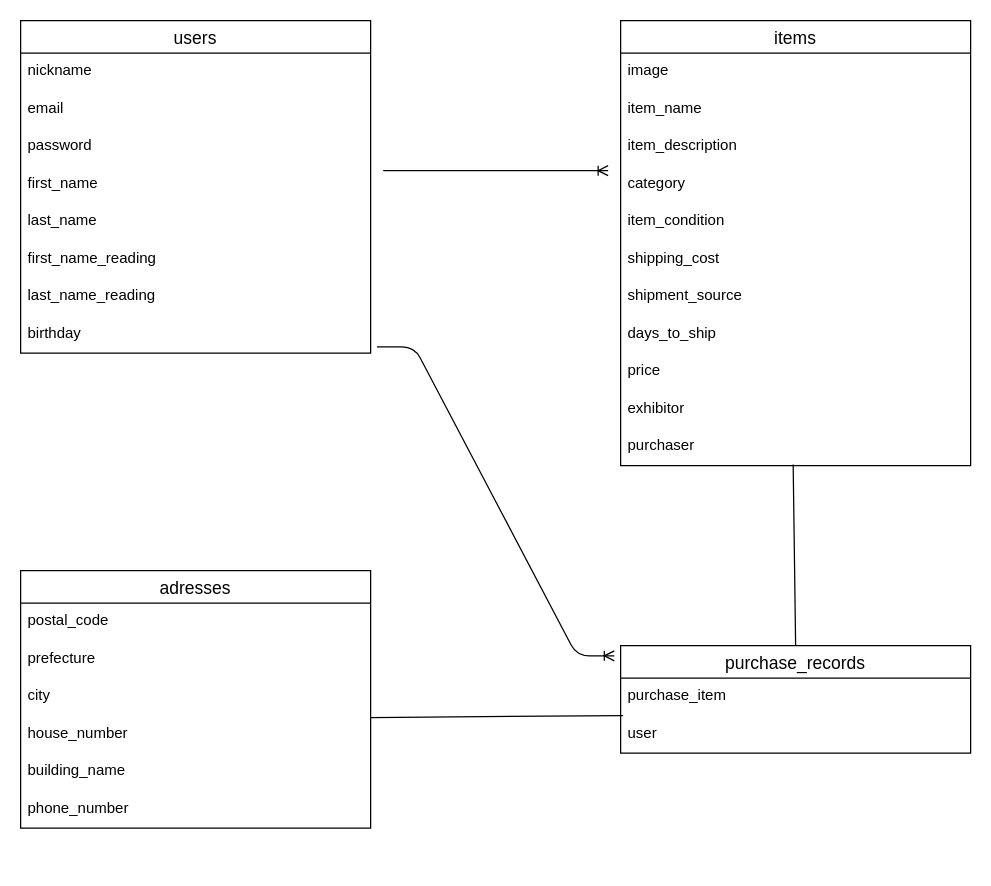
Above: er.dio in tkm-mkzk/furima-32123 (draw.io), before the change. Source tidied: cells renumbered, new cells numbered last; positions are measured from the earlier drawing's top-left corner, leaving out a move shared by most shapes. Both pictures are drawn from the tidied source at 125%, with x=0, y=0 at pixel (20, 20).
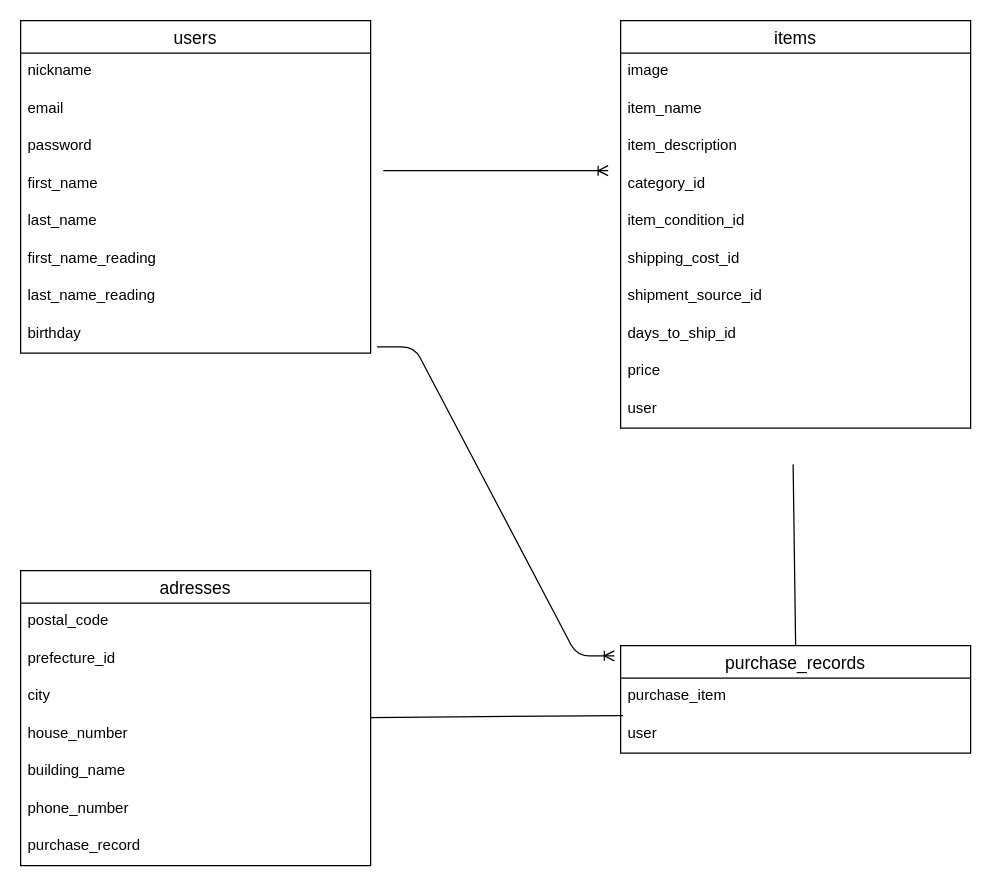
After the change.

Unchanged cells that the change refers to:
```xml
<mxCell id="33" value="purchase_records" style="swimlane;fontStyle=0;horizontal=1;startSize=26;align=center;fontSize=14;" parent="1" vertex="1">
  <mxGeometry x="480" y="500" width="280" height="86" as="geometry" />
</mxCell>
```

Diff of the diagram source:
```diff
@@
     <mxCell id="11" value="items" style="swimlane;fontStyle=0;horizontal=1;startSize=26;align=center;fontSize=14;" parent="1" vertex="1">
-      <mxGeometry x="480" width="280" height="356" as="geometry" />
+      <mxGeometry x="480" width="280" height="326" as="geometry" />
     </mxCell>
@@
-    <mxCell id="15" value="category&#10;" style="text;strokeColor=none;fillColor=none;spacingLeft=4;spacingRight=4;overflow=hidden;fontSize=12;" parent="11" vertex="1">
+    <mxCell id="15" value="category_id&#10;" style="text;strokeColor=none;fillColor=none;spacingLeft=4;spacingRight=4;overflow=hidden;fontSize=12;" parent="11" vertex="1">
       <mxGeometry y="116" width="280" height="30" as="geometry" />
     </mxCell>
-    <mxCell id="16" value="item_condition" style="text;strokeColor=none;fillColor=none;spacingLeft=4;spacingRight=4;overflow=hidden;fontSize=12;" parent="11" vertex="1">
+    <mxCell id="16" value="item_condition_id" style="text;strokeColor=none;fillColor=none;spacingLeft=4;spacingRight=4;overflow=hidden;fontSize=12;" parent="11" vertex="1">
       <mxGeometry y="146" width="280" height="30" as="geometry" />
     </mxCell>
-    <mxCell id="17" value="shipping_cost" style="text;strokeColor=none;fillColor=none;spacingLeft=4;spacingRight=4;overflow=hidden;fontSize=12;" parent="11" vertex="1">
+    <mxCell id="17" value="shipping_cost_id" style="text;strokeColor=none;fillColor=none;spacingLeft=4;spacingRight=4;overflow=hidden;fontSize=12;" parent="11" vertex="1">
       <mxGeometry y="176" width="280" height="30" as="geometry" />
     </mxCell>
-    <mxCell id="18" value="shipment_source" style="text;strokeColor=none;fillColor=none;spacingLeft=4;spacingRight=4;overflow=hidden;fontSize=12;" parent="11" vertex="1">
+    <mxCell id="18" value="shipment_source_id" style="text;strokeColor=none;fillColor=none;spacingLeft=4;spacingRight=4;overflow=hidden;fontSize=12;" parent="11" vertex="1">
       <mxGeometry y="206" width="280" height="30" as="geometry" />
     </mxCell>
-    <mxCell id="19" value="days_to_ship" style="text;strokeColor=none;fillColor=none;spacingLeft=4;spacingRight=4;overflow=hidden;fontSize=12;" parent="11" vertex="1">
+    <mxCell id="19" value="days_to_ship_id" style="text;strokeColor=none;fillColor=none;spacingLeft=4;spacingRight=4;overflow=hidden;fontSize=12;" parent="11" vertex="1">
       <mxGeometry y="236" width="280" height="30" as="geometry" />
     </mxCell>
@@
-    <mxCell id="21" value="exhibitor" style="text;strokeColor=none;fillColor=none;spacingLeft=4;spacingRight=4;overflow=hidden;fontSize=12;" parent="11" vertex="1">
+    <mxCell id="21" value="user" style="text;strokeColor=none;fillColor=none;spacingLeft=4;spacingRight=4;overflow=hidden;fontSize=12;" parent="11" vertex="1">
       <mxGeometry y="296" width="280" height="30" as="geometry" />
     </mxCell>
-    <mxCell id="22" value="purchaser" style="text;strokeColor=none;fillColor=none;spacingLeft=4;spacingRight=4;overflow=hidden;points=[[0,0.5],[1,0.5]];portConstraint=eastwest;fontSize=12;" parent="11" vertex="1">
-      <mxGeometry y="326" width="280" height="30" as="geometry" />
-    </mxCell>
     <mxCell id="23" value="adresses" style="swimlane;fontStyle=0;horizontal=1;startSize=26;align=center;fontSize=14;" parent="1" vertex="1">
-      <mxGeometry y="440" width="280" height="206" as="geometry" />
+      <mxGeometry y="440" width="280" height="236" as="geometry" />
     </mxCell>
@@
-    <mxCell id="25" value="prefecture" style="text;strokeColor=none;fillColor=none;spacingLeft=4;spacingRight=4;overflow=hidden;fontSize=12;" parent="23" vertex="1">
+    <mxCell id="25" value="prefecture_id" style="text;strokeColor=none;fillColor=none;spacingLeft=4;spacingRight=4;overflow=hidden;fontSize=12;" parent="23" vertex="1">
       <mxGeometry y="56" width="280" height="30" as="geometry" />
     </mxCell>
@@
+    <mxCell id="37" value="purchase_record" style="text;strokeColor=none;fillColor=none;spacingLeft=4;spacingRight=4;overflow=hidden;fontSize=12;" parent="23" vertex="1">
+      <mxGeometry y="206" width="280" height="30" as="geometry" />
+    </mxCell>
@@
-    <mxCell id="32" style="endArrow=none;html=1;rounded=0;exitX=0.493;exitY=0.967;exitDx=0;exitDy=0;exitPerimeter=0;entryX=0.5;entryY=0;entryDx=0;entryDy=0;" parent="1" edge="1" source="22" target="33">
-      <mxGeometry relative="1" as="geometry" />
+    <mxCell id="32" style="endArrow=none;html=1;rounded=0;exitX=0.493;exitY=0.967;exitDx=0;exitDy=0;exitPerimeter=0;entryX=0.5;entryY=0;entryDx=0;entryDy=0;" parent="1" edge="1" target="33">
+      <mxGeometry relative="1" as="geometry">
+        <mxPoint x="618" y="355" as="sourcePoint" />
+      </mxGeometry>
     </mxCell>
```
